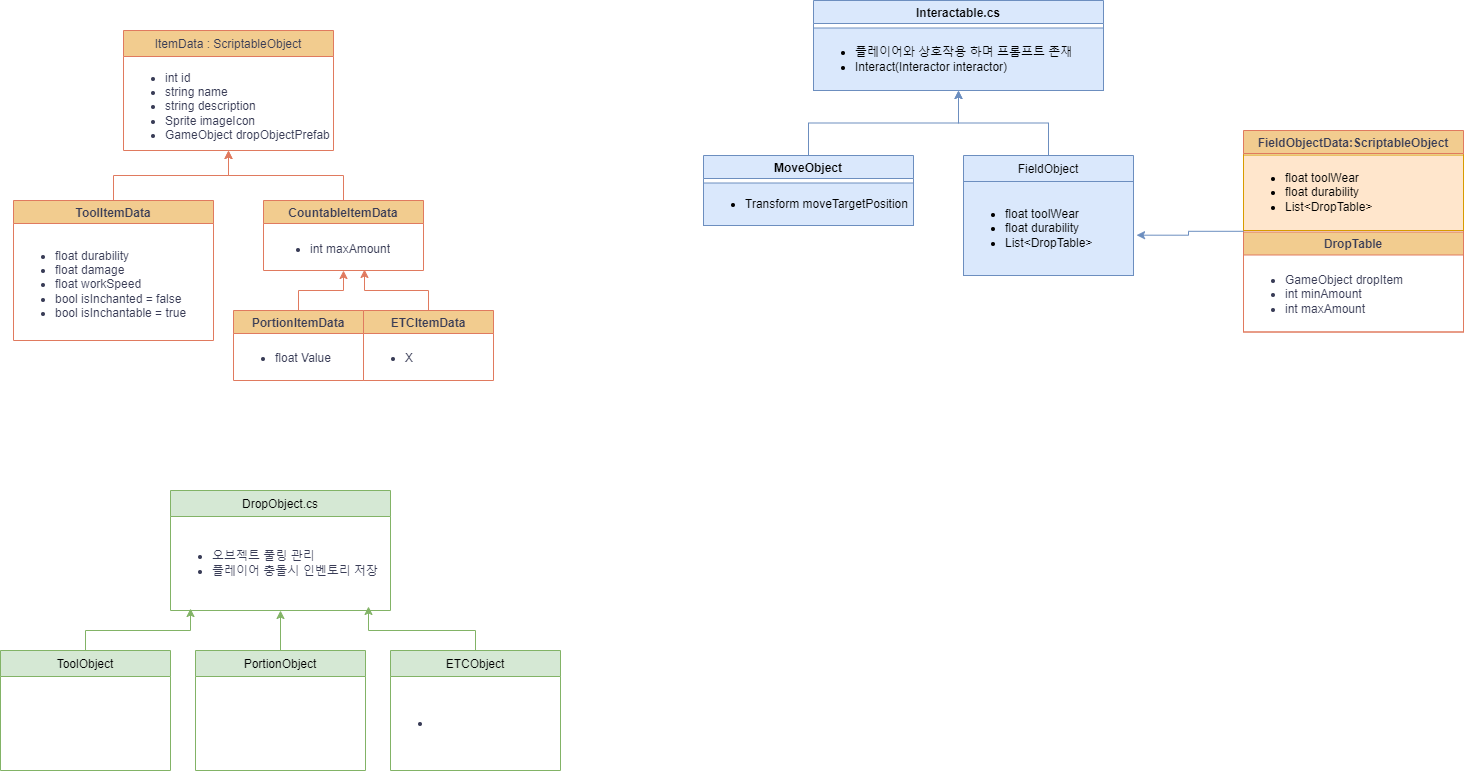
Above: 제목 없는 다이어그램.drawio.png in hae-seung/ddolking (draw.io), before the change. Source tidied: cells renumbered, new cells last; positions are measured from the earlier drawing's top-left corner, leaving out a move shared by most shapes.
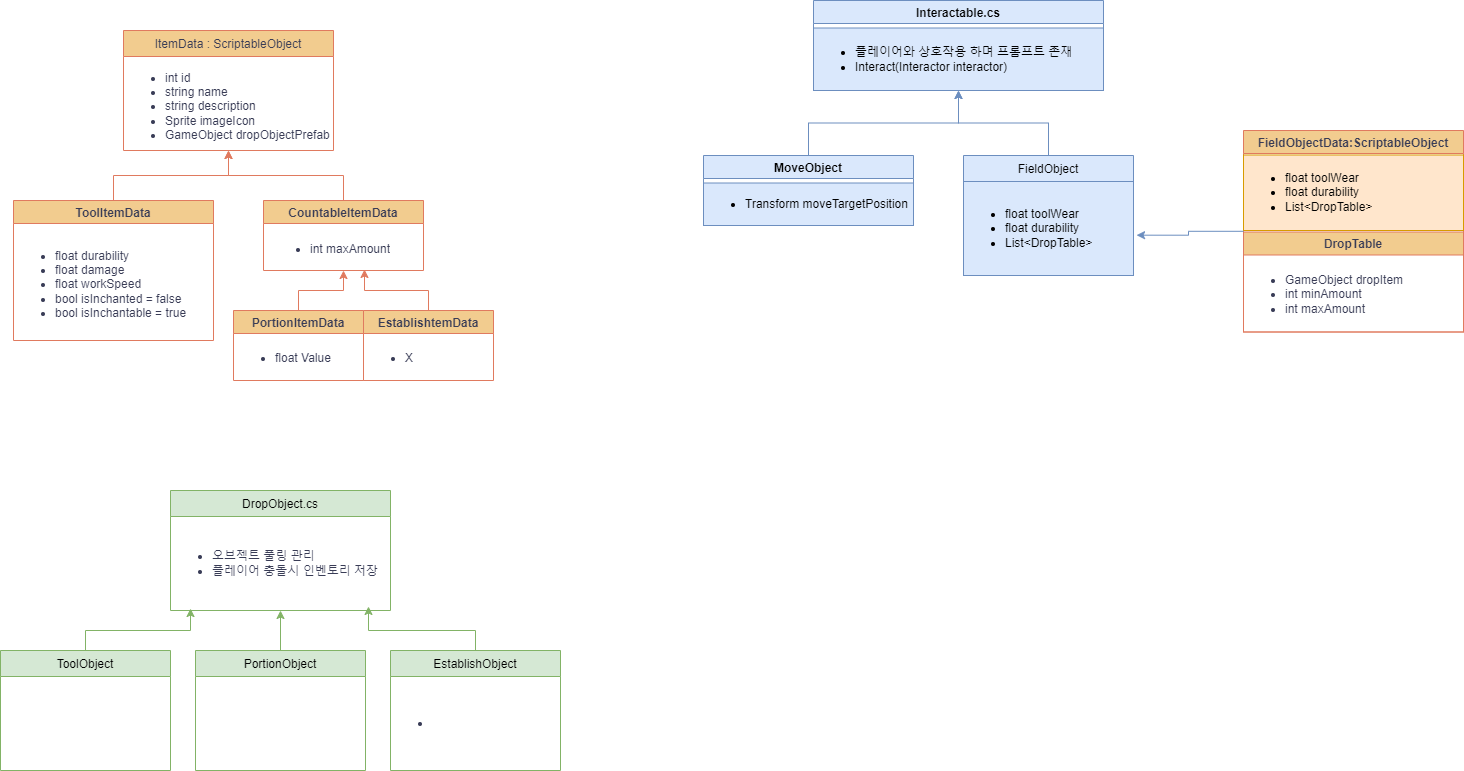
Later version of the same file.

Commit message:
제목 없는 다이어그램.drawio.png 업데이트

Change to the diagram source:
```diff
@@ -86,7 +86,7 @@
     <mxCell id="29" value="ToolObject" style="swimlane;fontStyle=0;align=center;verticalAlign=top;horizontal=1;startSize=26;rounded=0;shadow=0;strokeWidth=1;labelBackgroundColor=none;fillColor=#d5e8d4;strokeColor=#82b366;" parent="1" vertex="1">
       <mxGeometry y="650" width="170" height="120" as="geometry" />
     </mxCell>
-    <mxCell id="30" value="ETCItemData" style="swimlane;strokeColor=#E07A5F;fontColor=#393C56;fillColor=#F2CC8F;" parent="1" vertex="1">
+    <mxCell id="30" value="EstablishtemData" style="swimlane;strokeColor=#E07A5F;fontColor=#393C56;fillColor=#F2CC8F;startSize=23;" parent="1" vertex="1">
       <mxGeometry x="363" y="310" width="130" height="70" as="geometry" />
     </mxCell>
     <mxCell id="31" value="&lt;ul&gt;&lt;li&gt;X&lt;/li&gt;&lt;/ul&gt;" style="text;strokeColor=none;fillColor=none;html=1;whiteSpace=wrap;verticalAlign=middle;overflow=hidden;fontColor=#393C56;" parent="30" vertex="1">
@@ -101,7 +101,7 @@
     <mxCell id="34" value="PortionObject" style="swimlane;fontStyle=0;align=center;verticalAlign=top;horizontal=1;startSize=26;rounded=0;shadow=0;strokeWidth=1;labelBackgroundColor=none;fillColor=#d5e8d4;strokeColor=#82b366;" parent="1" vertex="1">
       <mxGeometry x="195" y="650" width="170" height="120" as="geometry" />
     </mxCell>
-    <mxCell id="35" value="ETCObject" style="swimlane;fontStyle=0;align=center;verticalAlign=top;horizontal=1;startSize=26;rounded=0;shadow=0;strokeWidth=1;labelBackgroundColor=none;fillColor=#d5e8d4;strokeColor=#82b366;" parent="1" vertex="1">
+    <mxCell id="35" value="EstablishObject" style="swimlane;fontStyle=0;align=center;verticalAlign=top;horizontal=1;startSize=26;rounded=0;shadow=0;strokeWidth=1;labelBackgroundColor=none;fillColor=#d5e8d4;strokeColor=#82b366;" parent="1" vertex="1">
       <mxGeometry x="390" y="650" width="170" height="120" as="geometry" />
     </mxCell>
     <mxCell id="36" value="&lt;ul&gt;&lt;li&gt;&lt;br&gt;&lt;/li&gt;&lt;/ul&gt;" style="text;strokeColor=none;fillColor=none;html=1;whiteSpace=wrap;verticalAlign=middle;overflow=hidden;fontColor=#393C56;" parent="35" vertex="1">
```
